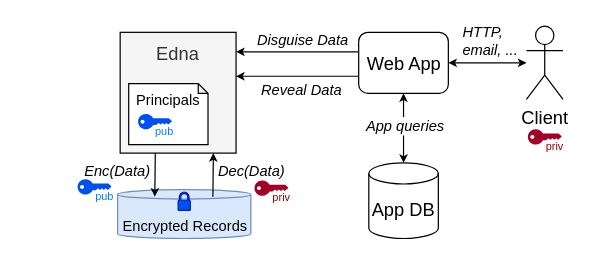
The draw.io diagram page "EDNA" (2 of 13) of papers/osdi22/figs/edna.drawio in tslilyai/data_disguises_lobsters, before the edit. Source tidied: cells renumbered, new cells numbered last; positions are measured from the earlier drawing's top-left corner, leaving out a move shared by most shapes. Both pictures are drawn from the tidied source at 122%, with x=0, y=0 at pixel (44, 26).
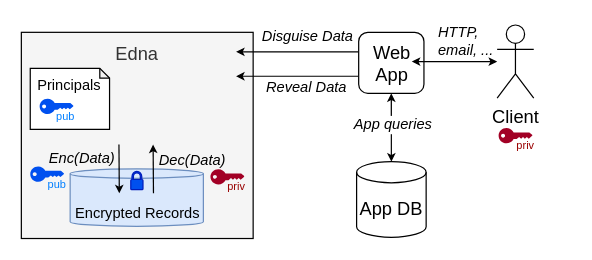
After the change.

Diff of the diagram source:
```diff
@@
-    <mxCell id="2" value="&lt;div style=&quot;font-size: 12px&quot;&gt;Dec(Data)&lt;/div&gt;" style="text;html=1;strokeColor=none;fillColor=none;align=center;verticalAlign=middle;whiteSpace=wrap;rounded=0;fontSize=12;fontColor=#000000;labelBackgroundColor=#ffffff;fontStyle=2;" parent="1" vertex="1">
-      <mxGeometry x="109.5" y="109" width="120" height="20" as="geometry" />
-    </mxCell>
-    <mxCell id="3" value="&lt;div style=&quot;font-size: 12px&quot;&gt;Enc(Data)&lt;/div&gt;" style="text;html=1;strokeColor=none;fillColor=none;align=center;verticalAlign=middle;whiteSpace=wrap;rounded=0;fontSize=12;fontColor=#000000;labelBackgroundColor=#ffffff;fontStyle=2;" parent="1" vertex="1">
-      <mxGeometry x="0.1" y="108.5" width="120" height="20" as="geometry" />
-    </mxCell>
     <mxCell id="4" value="&lt;div&gt;HTTP, &lt;br&gt;email, ...&lt;/div&gt;" style="text;html=1;strokeColor=none;fillColor=none;align=left;verticalAlign=middle;whiteSpace=wrap;rounded=0;fontSize=12;fontColor=#000000;labelBackgroundColor=#ffffff;fontStyle=2;" parent="1" vertex="1">
-      <mxGeometry x="341" y="4.5" width="90" height="15" as="geometry" />
+      <mxGeometry x="321" y="4" width="90" height="15" as="geometry" />
     </mxCell>
     <mxCell id="5" value="&lt;div style=&quot;font-size: 12px;&quot;&gt;Disguise Data&lt;/div&gt;" style="text;html=1;strokeColor=none;fillColor=none;align=center;verticalAlign=middle;whiteSpace=wrap;rounded=0;fontSize=12;fontColor=#000000;labelBackgroundColor=#ffffff;fontStyle=2;" parent="1" vertex="1">
-      <mxGeometry x="152" y="2" width="120" height="20" as="geometry" />
+      <mxGeometry x="156" y="-1" width="120" height="20" as="geometry" />
     </mxCell>
     <mxCell id="6" value="App DB" style="shape=cylinder3;whiteSpace=wrap;html=1;boundedLbl=1;backgroundOutline=1;size=8.655172413793196;fillColor=none;fontSize=15;" parent="1" vertex="1">
-      <mxGeometry x="265.8" y="112" width="57" height="62" as="geometry" />
+      <mxGeometry x="255.8" y="111" width="57" height="62" as="geometry" />
     </mxCell>
     <mxCell id="7" value="&lt;div&gt;Web App&lt;/div&gt;" style="rounded=1;whiteSpace=wrap;html=1;fillColor=none;fontSize=15;" parent="1" vertex="1">
-      <mxGeometry x="257.5" y="5" width="73.5" height="50" as="geometry" />
+      <mxGeometry x="257.5" y="5" width="53.5" height="50" as="geometry" />
     </mxCell>
     <mxCell id="8" value="&lt;div&gt;&lt;br&gt;Edna&lt;br&gt;&lt;/div&gt;" style="rounded=0;whiteSpace=wrap;html=1;fillColor=#f5f5f5;fontSize=15;fontColor=#333333;flipV=1;horizontal=1;verticalAlign=top;spacing=0;spacingTop=-14;" parent="1" vertex="1">
-      <mxGeometry x="62" y="5" width="95" height="99" as="geometry" />
+      <mxGeometry x="-19" y="5" width="190" height="169" as="geometry" />
     </mxCell>
@@
-    <mxCell id="10" style="endArrow=classic;html=1;strokeWidth=1;fontSize=15;fontColor=#000000;startArrow=classic;startFill=1;endSize=4;startSize=4;" parent="1" edge="1" source="7" target="6">
+    <mxCell id="10" style="endArrow=classic;html=1;strokeWidth=1;fontSize=15;fontColor=#000000;startArrow=classic;startFill=1;endSize=4;startSize=4;exitX=0.5;exitY=1;exitDx=0;exitDy=0;" parent="1" edge="1" source="7" target="6">
       <mxGeometry relative="1" as="geometry" />
     </mxCell>
     <mxCell id="11" value="App queries" style="text;html=1;strokeColor=none;fillColor=none;align=center;verticalAlign=middle;whiteSpace=wrap;rounded=0;fontSize=12;fontColor=#000000;labelBackgroundColor=#ffffff;fontStyle=2;" parent="1" vertex="1">
-      <mxGeometry x="251" y="74" width="90" height="15" as="geometry" />
+      <mxGeometry x="241" y="73" width="90" height="15" as="geometry" />
     </mxCell>
     <mxCell id="12" value="&lt;div&gt;Principals&lt;/div&gt;" style="shape=note;whiteSpace=wrap;html=1;backgroundOutline=1;darkOpacity=0.05;size=8;labelBackgroundColor=none;horizontal=1;verticalAlign=top;" parent="1" vertex="1">
-      <mxGeometry x="69" y="47" width="65" height="50" as="geometry" />
+      <mxGeometry x="-11.7" y="34.5" width="65" height="50" as="geometry" />
     </mxCell>
     <mxCell id="13" value="&lt;div style=&quot;font-size: 12px&quot;&gt;Reveal Data&lt;/div&gt;" style="text;html=1;strokeColor=none;fillColor=none;align=center;verticalAlign=middle;whiteSpace=wrap;rounded=0;fontSize=12;fontColor=#000000;labelBackgroundColor=#ffffff;fontStyle=2;" parent="1" vertex="1">
-      <mxGeometry x="151" y="43" width="120" height="20" as="geometry" />
+      <mxGeometry x="155" y="40" width="120" height="20" as="geometry" />
     </mxCell>
@@
     <mxCell id="15" value="Encrypted Records" style="shape=cylinder3;html=1;boundedLbl=1;backgroundOutline=1;size=3.8275862068964557;labelPosition=center;verticalLabelPosition=middle;align=center;verticalAlign=bottom;fillColor=#dae8fc;strokeColor=#6c8ebf;" parent="1" vertex="1">
-      <mxGeometry x="59.9" y="134" width="109.2" height="40" as="geometry" />
+      <mxGeometry x="21" y="117" width="109.2" height="47" as="geometry" />
     </mxCell>
     <mxCell id="16" style="shadow=0;dashed=0;html=1;fillColor=#0050ef;labelPosition=center;verticalLabelPosition=bottom;verticalAlign=top;align=center;shape=mxgraph.office.security.lock_protected;fontColor=#ffffff;strokeColor=#001DBC;" parent="1" vertex="1">
-      <mxGeometry x="109.5" y="136" width="10" height="15" as="geometry" />
+      <mxGeometry x="70.7" y="119" width="10" height="15" as="geometry" />
     </mxCell>
     <mxCell id="17" value="&lt;div&gt;Client&lt;/div&gt;&lt;div&gt;&lt;br&gt;&lt;/div&gt;" style="shape=umlActor;verticalLabelPosition=bottom;verticalAlign=top;html=1;outlineConnect=0;fontSize=15;" parent="1" vertex="1">
-      <mxGeometry x="395" width="30" height="60" as="geometry" />
+      <mxGeometry x="371" y="-1" width="30" height="60" as="geometry" />
     </mxCell>
-    <mxCell id="18" style="endArrow=classic;html=1;strokeWidth=1;fontSize=15;fontColor=#000000;startArrow=classic;startFill=1;endSize=4;startSize=4;exitX=1;exitY=0.5;exitDx=0;exitDy=0;" parent="1" edge="1" source="7" target="17">
-      <mxGeometry relative="1" as="geometry" />
+    <mxCell id="18" style="endArrow=classic;html=1;strokeWidth=1;fontSize=15;fontColor=#000000;startArrow=classic;startFill=1;endSize=4;startSize=4;exitX=1;exitY=0.5;exitDx=0;exitDy=0;" parent="1" edge="1">
+      <mxGeometry relative="1" as="geometry">
+        <mxPoint x="301" y="29" as="sourcePoint" />
+        <mxPoint x="371" y="29" as="targetPoint" />
+      </mxGeometry>
     </mxCell>
     <mxCell id="19" value="priv" style="verticalLabelPosition=bottom;sketch=0;html=1;verticalAlign=top;align=center;shape=mxgraph.cisco19.key;fillColor=#a20025;strokeColor=default;fontSize=9;fontColor=#990000;spacingLeft=15;spacingTop=-10;" parent="1" vertex="1">
-      <mxGeometry x="396.2" y="84.5" width="27.8" height="12.5" as="geometry" />
+      <mxGeometry x="372.2" y="83.5" width="27.8" height="12.5" as="geometry" />
     </mxCell>
     <mxCell id="20" value="priv" style="verticalLabelPosition=bottom;sketch=0;html=1;verticalAlign=top;align=center;shape=mxgraph.cisco19.key;fillColor=#a20025;strokeColor=default;fontSize=9;fontColor=#990000;spacingLeft=15;spacingTop=-10;" parent="1" vertex="1">
-      <mxGeometry x="172.1" y="126.5" width="27.8" height="12.5" as="geometry" />
+      <mxGeometry x="136" y="117.2" width="27.8" height="12.5" as="geometry" />
     </mxCell>
-    <mxCell id="21" style="endArrow=classic;html=1;strokeWidth=1;fontSize=15;fontColor=#000000;startArrow=none;startFill=0;entryX=0.279;entryY=0.142;entryDx=0;entryDy=0;exitX=0.25;exitY=1;exitDx=0;exitDy=0;fillColor=#f5f5f5;endSize=4;startSize=4;entryPerimeter=0;" parent="1" edge="1" target="15">
-      <mxGeometry relative="1" as="geometry">
-        <mxPoint x="90.8" y="104" as="sourcePoint" />
-      </mxGeometry>
-    </mxCell>
-    <mxCell id="22" style="endArrow=classic;html=1;strokeWidth=1;fontSize=15;fontColor=#000000;startArrow=none;startFill=0;entryX=0.279;entryY=0.142;entryDx=0;entryDy=0;exitX=0.25;exitY=1;exitDx=0;exitDy=0;fillColor=#f5f5f5;endSize=4;startSize=4;entryPerimeter=0;" parent="1" edge="1">
-      <mxGeometry relative="1" as="geometry">
-        <mxPoint x="138" y="139.7" as="sourcePoint" />
-        <mxPoint x="138.4" y="104" as="targetPoint" />
-      </mxGeometry>
-    </mxCell>
     <mxCell id="23" value="&lt;div&gt;pub&lt;/div&gt;" style="verticalLabelPosition=bottom;sketch=0;html=1;verticalAlign=top;align=center;shape=mxgraph.cisco19.key;fillColor=#0050ef;strokeColor=#001DBC;fontSize=9;fontColor=#007FFF;spacingLeft=15;spacingTop=-10;" parent="1" vertex="1">
-      <mxGeometry x="27.1" y="125.5" width="27.8" height="12.5" as="geometry" />
+      <mxGeometry x="-11.7" y="115" width="27.8" height="12.5" as="geometry" />
     </mxCell>
     <mxCell id="24" value="&lt;div&gt;pub&lt;/div&gt;" style="verticalLabelPosition=bottom;sketch=0;html=1;verticalAlign=top;align=center;shape=mxgraph.cisco19.key;fillColor=#0050ef;strokeColor=#001DBC;fontSize=9;fontColor=#007FFF;spacingLeft=15;spacingTop=-10;" parent="1" vertex="1">
-      <mxGeometry x="76.7" y="72" width="27.8" height="12.5" as="geometry" />
+      <mxGeometry x="-4" y="59.5" width="27.8" height="12.5" as="geometry" />
     </mxCell>
+    <mxCell id="2" value="&lt;div style=&quot;font-size: 12px&quot;&gt;Dec(Data)&lt;/div&gt;" style="text;html=1;strokeColor=none;fillColor=none;align=center;verticalAlign=middle;whiteSpace=wrap;rounded=0;fontSize=12;fontColor=#000000;labelBackgroundColor=none;fontStyle=2;" parent="1" vertex="1">
+      <mxGeometry x="99" y="99.5" width="44.5" height="20" as="geometry" />
+    </mxCell>
+    <mxCell id="3" value="&lt;div style=&quot;font-size: 12px&quot;&gt;Enc(Data)&lt;/div&gt;" style="text;html=1;strokeColor=none;fillColor=none;align=center;verticalAlign=middle;whiteSpace=wrap;rounded=0;fontSize=12;fontColor=#000000;labelBackgroundColor=none;fontStyle=2;" parent="1" vertex="1">
+      <mxGeometry x="1.7" y="98.5" width="58.2" height="20" as="geometry" />
+    </mxCell>
+    <mxCell id="25" style="endArrow=classic;html=1;strokeWidth=1;fontSize=15;fontColor=#000000;startArrow=none;startFill=0;endSize=4;startSize=4;" parent="1" edge="1">
+      <mxGeometry relative="1" as="geometry">
+        <mxPoint x="61" y="97" as="sourcePoint" />
+        <mxPoint x="61.3" y="137" as="targetPoint" />
+      </mxGeometry>
+    </mxCell>
+    <mxCell id="26" style="endArrow=classic;html=1;strokeWidth=1;fontSize=15;fontColor=#000000;startArrow=none;startFill=0;endSize=4;startSize=4;" parent="1" edge="1">
+      <mxGeometry relative="1" as="geometry">
+        <mxPoint x="89.3" y="137" as="sourcePoint" />
+        <mxPoint x="89" y="97" as="targetPoint" />
+      </mxGeometry>
+    </mxCell>
```
